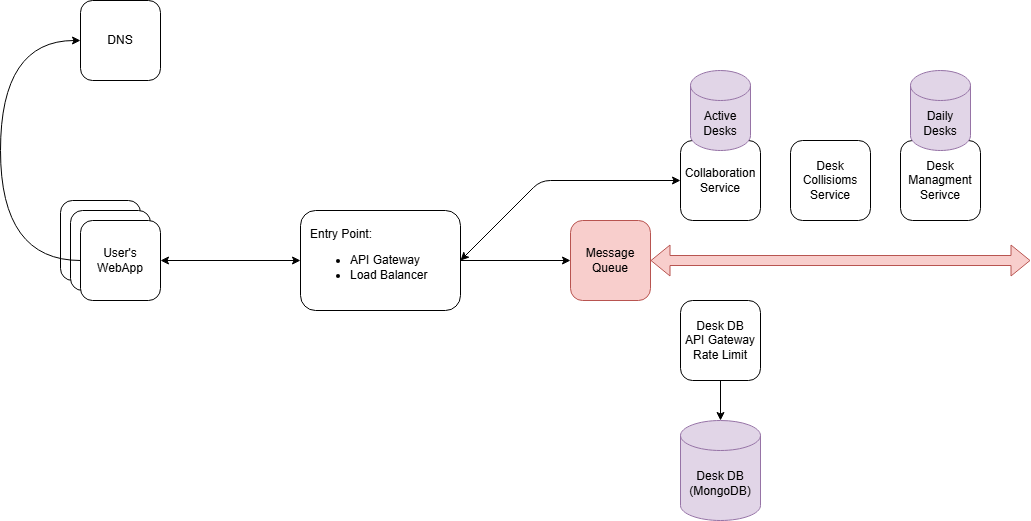
Above: System Examples/Sticker Collaboration Desk/stiсker collaboration desk.drawio.png in AlexeyPerestoronin/System-Design (draw.io), before the change. Source tidied: cells renumbered, new cells last; positions are measured from the earlier drawing's top-left corner, leaving out a move shared by most shapes. Source of this version:
```xml
<mxGraphModel>
  <root>
    <mxCell id="0" />
    <mxCell id="1" parent="0" />
    <mxCell id="2" value="User's&lt;div&gt;WebApp&lt;/div&gt;" style="rounded=1;whiteSpace=wrap;html=1;" parent="1" vertex="1">
      <mxGeometry x="60" y="200" width="80" height="80" as="geometry" />
    </mxCell>
    <mxCell id="3" value="User's&lt;div&gt;WebApp&lt;/div&gt;" style="rounded=1;whiteSpace=wrap;html=1;" parent="1" vertex="1">
      <mxGeometry x="70" y="210" width="80" height="80" as="geometry" />
    </mxCell>
    <mxCell id="4" style="edgeStyle=none;html=1;startArrow=classic;startFill=1;" parent="1" edge="1" source="6" target="8">
      <mxGeometry relative="1" as="geometry" />
    </mxCell>
    <mxCell id="5" style="edgeStyle=orthogonalEdgeStyle;html=1;curved=1;" parent="1" edge="1" source="6" target="9">
      <mxGeometry relative="1" as="geometry">
        <Array as="points">
          <mxPoint y="260" />
          <mxPoint y="40" />
        </Array>
      </mxGeometry>
    </mxCell>
    <mxCell id="6" value="User's&lt;div&gt;WebApp&lt;/div&gt;" style="rounded=1;whiteSpace=wrap;html=1;" parent="1" vertex="1">
      <mxGeometry x="80" y="220" width="80" height="80" as="geometry" />
    </mxCell>
    <mxCell id="7" style="edgeStyle=none;html=1;" parent="1" edge="1" source="8" target="10">
      <mxGeometry relative="1" as="geometry" />
    </mxCell>
    <mxCell id="8" value="Entry Point:&lt;div&gt;&lt;ul&gt;&lt;li&gt;API Gateway&lt;/li&gt;&lt;li&gt;Load Balancer&lt;/li&gt;&lt;/ul&gt;&lt;/div&gt;" style="rounded=1;whiteSpace=wrap;html=1;align=left;spacingRight=0;spacing=10;" parent="1" vertex="1">
      <mxGeometry x="300" y="210" width="160" height="100" as="geometry" />
    </mxCell>
    <mxCell id="9" value="DNS" style="rounded=1;whiteSpace=wrap;html=1;" parent="1" vertex="1">
      <mxGeometry x="80" width="80" height="80" as="geometry" />
    </mxCell>
    <mxCell id="10" value="Message Queue" style="rounded=1;whiteSpace=wrap;html=1;fillColor=#f8cecc;strokeColor=#b85450;" parent="1" vertex="1">
      <mxGeometry x="570" y="220" width="80" height="80" as="geometry" />
    </mxCell>
    <mxCell id="11" style="shape=flexArrow;endArrow=classic;startArrow=classic;html=1;exitX=1;exitY=0.5;exitDx=0;exitDy=0;fillColor=#f8cecc;strokeColor=#b85450;" parent="1" edge="1" source="10">
      <mxGeometry relative="1" as="geometry">
        <mxPoint x="1030" y="260" as="targetPoint" />
      </mxGeometry>
    </mxCell>
    <mxCell id="12" style="html=1;entryX=1;entryY=0.5;entryDx=0;entryDy=0;startArrow=classic;startFill=1;" parent="1" edge="1" source="13" target="8">
      <mxGeometry relative="1" as="geometry">
        <Array as="points">
          <mxPoint x="540" y="180" />
        </Array>
      </mxGeometry>
    </mxCell>
    <mxCell id="13" value="Collaboration&lt;div&gt;Service&lt;/div&gt;" style="rounded=1;whiteSpace=wrap;html=1;" parent="1" vertex="1">
      <mxGeometry x="680" y="140" width="80" height="80" as="geometry" />
    </mxCell>
    <mxCell id="14" value="Desk&lt;div&gt;Managment&lt;/div&gt;&lt;div&gt;Serivce&lt;/div&gt;" style="rounded=1;whiteSpace=wrap;html=1;" parent="1" vertex="1">
      <mxGeometry x="900" y="140" width="80" height="80" as="geometry" />
    </mxCell>
    <mxCell id="15" value="Desk&lt;div&gt;Collisioms&lt;/div&gt;&lt;div&gt;Service&lt;/div&gt;" style="rounded=1;whiteSpace=wrap;html=1;" parent="1" vertex="1">
      <mxGeometry x="790" y="140" width="80" height="80" as="geometry" />
    </mxCell>
    <mxCell id="16" value="Desk DB&lt;div&gt;API Gateway&lt;/div&gt;&lt;div&gt;Rate Limit&lt;/div&gt;" style="rounded=1;whiteSpace=wrap;html=1;" parent="1" vertex="1">
      <mxGeometry x="680" y="300" width="80" height="80" as="geometry" />
    </mxCell>
    <mxCell id="17" value="Desk DB&lt;br&gt;(MongoDB)" style="shape=cylinder3;whiteSpace=wrap;html=1;boundedLbl=1;backgroundOutline=1;size=15;fillColor=#e1d5e7;strokeColor=#9673a6;" parent="1" vertex="1">
      <mxGeometry x="680" y="420" width="80" height="100" as="geometry" />
    </mxCell>
    <mxCell id="18" style="edgeStyle=none;html=1;entryX=0.5;entryY=0;entryDx=0;entryDy=0;entryPerimeter=0;" parent="1" edge="1" source="16" target="17">
      <mxGeometry relative="1" as="geometry" />
    </mxCell>
    <mxCell id="19" value="Active&lt;div&gt;Desks&lt;/div&gt;" style="shape=cylinder3;whiteSpace=wrap;html=1;boundedLbl=1;backgroundOutline=1;size=15;fillColor=#e1d5e7;strokeColor=#9673a6;" parent="1" vertex="1">
      <mxGeometry x="690" y="70" width="60" height="80" as="geometry" />
    </mxCell>
    <mxCell id="20" value="Daily&lt;div&gt;Desks&lt;/div&gt;" style="shape=cylinder3;whiteSpace=wrap;html=1;boundedLbl=1;backgroundOutline=1;size=15;fillColor=#e1d5e7;strokeColor=#9673a6;" parent="1" vertex="1">
      <mxGeometry x="910" y="70" width="60" height="80" as="geometry" />
    </mxCell>
  </root>
</mxGraphModel>
```
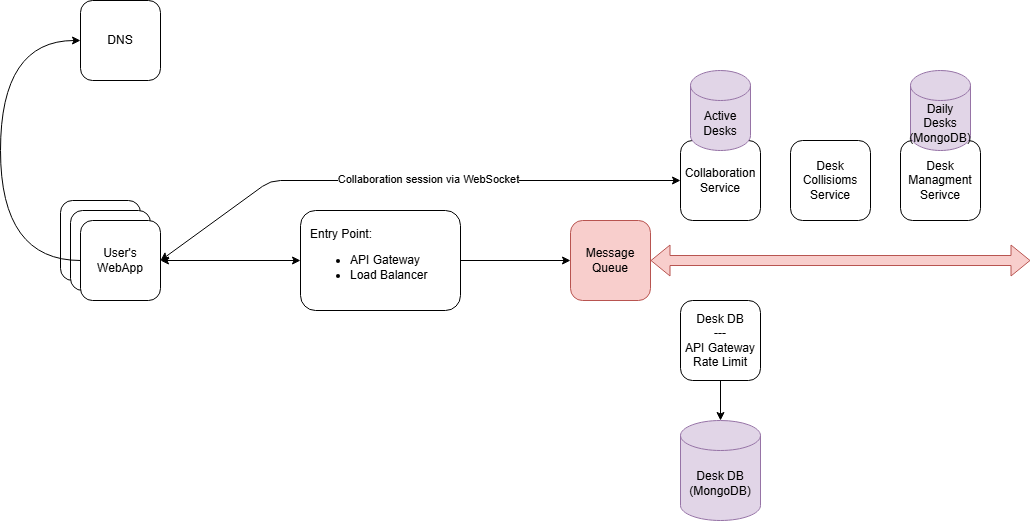
Above is the later version.

Commit message:
improve «Sticker Collaboration Desk»

Diff of the diagram source:
```diff
@@ -39,13 +39,16 @@
         <mxPoint x="1030" y="260" as="targetPoint" />
       </mxGeometry>
     </mxCell>
-    <mxCell id="12" style="html=1;entryX=1;entryY=0.5;entryDx=0;entryDy=0;startArrow=classic;startFill=1;" parent="1" edge="1" source="13" target="8">
+    <mxCell id="12" style="html=1;entryX=1;entryY=0.5;entryDx=0;entryDy=0;startArrow=classic;startFill=1;" parent="1" edge="1" source="13" target="6">
       <mxGeometry relative="1" as="geometry">
         <Array as="points">
-          <mxPoint x="540" y="180" />
+          <mxPoint x="270" y="180" />
         </Array>
       </mxGeometry>
     </mxCell>
+    <mxCell id="21" value="Collaboration session via WebSocket" style="edgeLabel;html=1;align=center;verticalAlign=middle;" parent="12" vertex="1">
+      <mxGeometry x="-0.07" y="-2" relative="1" as="geometry" />
+    </mxCell>
     <mxCell id="13" value="Collaboration&lt;div&gt;Service&lt;/div&gt;" style="rounded=1;whiteSpace=wrap;html=1;" parent="1" vertex="1">
       <mxGeometry x="680" y="140" width="80" height="80" as="geometry" />
     </mxCell>
@@ -55,7 +58,7 @@
     <mxCell id="15" value="Desk&lt;div&gt;Collisioms&lt;/div&gt;&lt;div&gt;Service&lt;/div&gt;" style="rounded=1;whiteSpace=wrap;html=1;" parent="1" vertex="1">
       <mxGeometry x="790" y="140" width="80" height="80" as="geometry" />
     </mxCell>
-    <mxCell id="16" value="Desk DB&lt;div&gt;API Gateway&lt;/div&gt;&lt;div&gt;Rate Limit&lt;/div&gt;" style="rounded=1;whiteSpace=wrap;html=1;" parent="1" vertex="1">
+    <mxCell id="16" value="Desk DB&lt;div&gt;&lt;font color=&quot;#000000&quot;&gt;---&lt;br&gt;&lt;/font&gt;&lt;div&gt;&lt;div&gt;API Gateway&lt;/div&gt;&lt;div&gt;Rate Limit&lt;/div&gt;&lt;/div&gt;&lt;/div&gt;" style="rounded=1;whiteSpace=wrap;html=1;" parent="1" vertex="1">
       <mxGeometry x="680" y="300" width="80" height="80" as="geometry" />
     </mxCell>
     <mxCell id="17" value="Desk DB&lt;br&gt;(MongoDB)" style="shape=cylinder3;whiteSpace=wrap;html=1;boundedLbl=1;backgroundOutline=1;size=15;fillColor=#e1d5e7;strokeColor=#9673a6;" parent="1" vertex="1">
@@ -64,10 +67,10 @@
     <mxCell id="18" style="edgeStyle=none;html=1;entryX=0.5;entryY=0;entryDx=0;entryDy=0;entryPerimeter=0;" parent="1" edge="1" source="16" target="17">
       <mxGeometry relative="1" as="geometry" />
     </mxCell>
-    <mxCell id="19" value="Active&lt;div&gt;Desks&lt;/div&gt;" style="shape=cylinder3;whiteSpace=wrap;html=1;boundedLbl=1;backgroundOutline=1;size=15;fillColor=#e1d5e7;strokeColor=#9673a6;" parent="1" vertex="1">
+    <mxCell id="19" value="Active&lt;div&gt;Desks&lt;br&gt;&lt;/div&gt;" style="shape=cylinder3;whiteSpace=wrap;html=1;boundedLbl=1;backgroundOutline=1;size=15;fillColor=#e1d5e7;strokeColor=#9673a6;" parent="1" vertex="1">
       <mxGeometry x="690" y="70" width="60" height="80" as="geometry" />
     </mxCell>
-    <mxCell id="20" value="Daily&lt;div&gt;Desks&lt;/div&gt;" style="shape=cylinder3;whiteSpace=wrap;html=1;boundedLbl=1;backgroundOutline=1;size=15;fillColor=#e1d5e7;strokeColor=#9673a6;" parent="1" vertex="1">
+    <mxCell id="20" value="Daily&lt;div&gt;Desks&lt;br&gt;(MongoDB)&lt;/div&gt;" style="shape=cylinder3;whiteSpace=wrap;html=1;boundedLbl=1;backgroundOutline=1;size=15;fillColor=#e1d5e7;strokeColor=#9673a6;" parent="1" vertex="1">
       <mxGeometry x="910" y="70" width="60" height="80" as="geometry" />
     </mxCell>
   </root>
```
